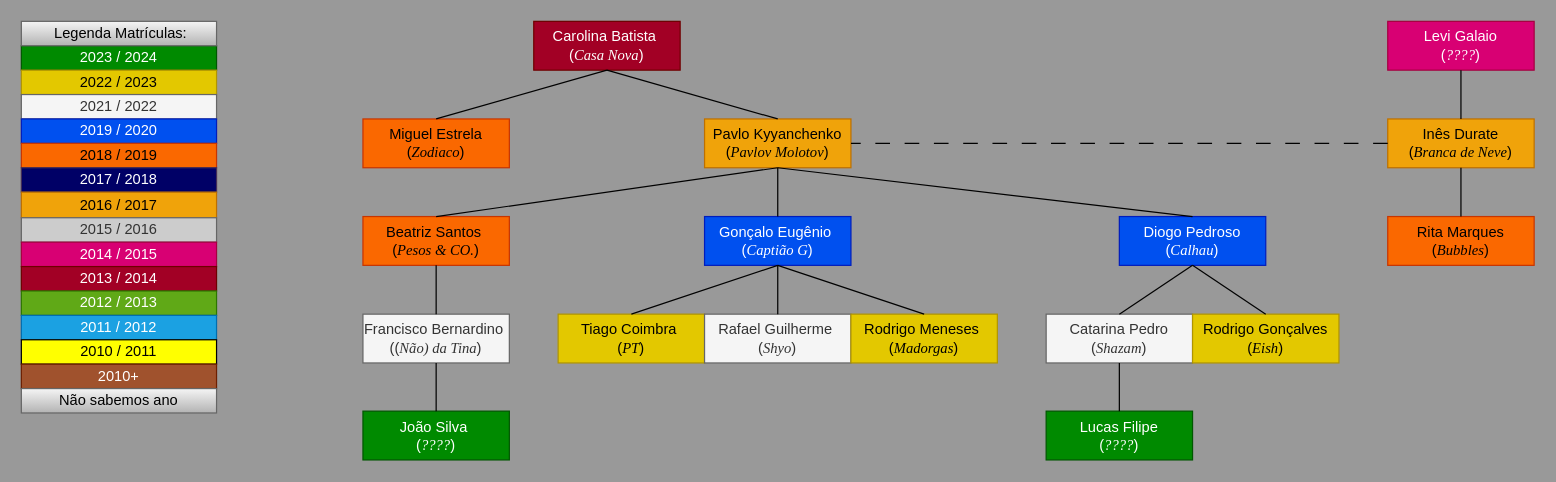
pdmtmr/PDMTMRTESTLOCATION-AKA-ARBUSTO keeps this draw.io diagram as Draw.io/Familia_da_Carolina_Batista.drawio. Above is the earlier version. Source tidied: cells renumbered, new cells numbered last; positions are measured from the earlier drawing's top-left corner, leaving out a move shared by most shapes. Both pictures are drawn from the tidied source at 122%, with x=0, y=0 at pixel (21, 21).
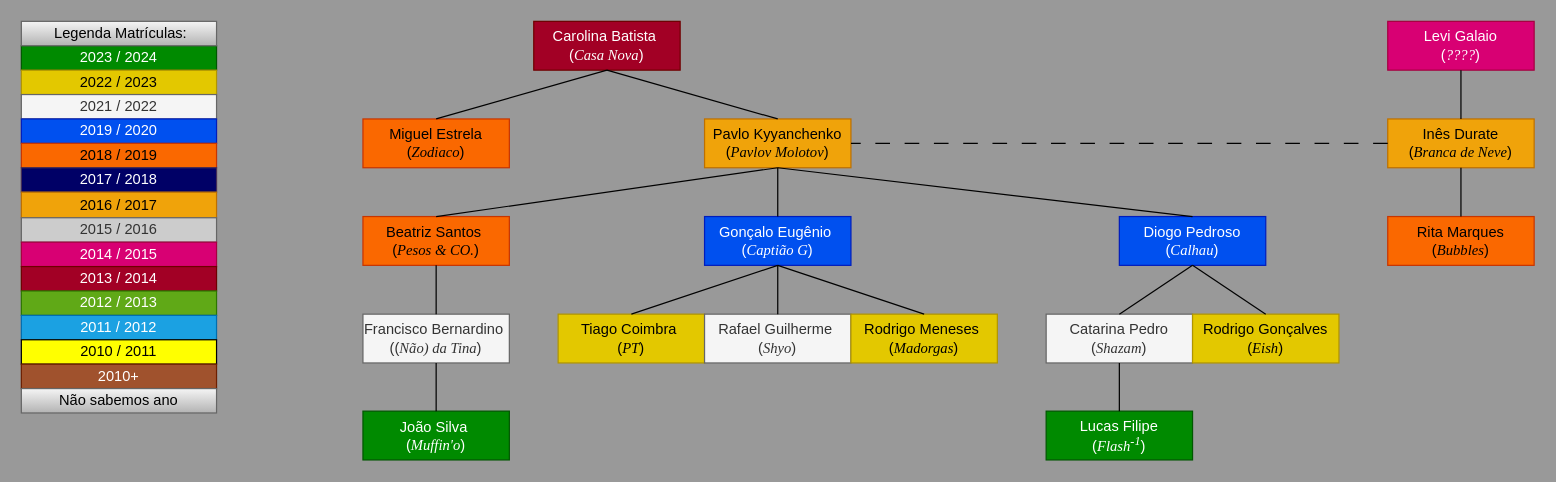
The same diagram, later.

What changed in the source:
```diff
@@
-    <mxCell id="38" value="&lt;div&gt;João Silva&amp;nbsp;&lt;/div&gt;&lt;div&gt;(&lt;font face=&quot;Times New Roman&quot;&gt;&lt;i&gt;????&lt;/i&gt;&lt;/font&gt;)&lt;/div&gt;" style="rounded=0;whiteSpace=wrap;html=1;fillColor=#008a00;fontColor=#ffffff;strokeColor=#005700;" parent="1" vertex="1">
+    <mxCell id="38" value="&lt;div&gt;João Silva&amp;nbsp;&lt;/div&gt;&lt;div&gt;(&lt;font face=&quot;Times New Roman&quot;&gt;&lt;i&gt;Muffin'o&lt;/i&gt;&lt;/font&gt;)&lt;/div&gt;" style="rounded=0;whiteSpace=wrap;html=1;fillColor=#008a00;fontColor=#ffffff;strokeColor=#005700;" parent="1" vertex="1">
       <mxGeometry x="280" y="319.5" width="120" height="40" as="geometry" />
     </mxCell>
@@
-    <mxCell id="49" value="&lt;div&gt;&lt;span style=&quot;background-color: initial;&quot;&gt;Lucas Filipe&lt;/span&gt;&lt;/div&gt;&lt;div&gt;&lt;span style=&quot;background-color: initial;&quot;&gt;(&lt;font face=&quot;Times New Roman&quot;&gt;&lt;i&gt;????&lt;/i&gt;&lt;/font&gt;&lt;/span&gt;&lt;span style=&quot;background-color: initial;&quot;&gt;)&lt;/span&gt;&lt;/div&gt;" style="rounded=0;whiteSpace=wrap;html=1;fillColor=#008a00;fontColor=#ffffff;strokeColor=#005700;" parent="1" vertex="1">
+    <mxCell id="49" value="&lt;div&gt;&lt;span style=&quot;background-color: initial;&quot;&gt;Lucas Filipe&lt;/span&gt;&lt;/div&gt;&lt;div&gt;&lt;span style=&quot;background-color: initial;&quot;&gt;(&lt;font face=&quot;Times New Roman&quot;&gt;&lt;i&gt;Flash&lt;sup&gt;-1&lt;/sup&gt;&lt;/i&gt;&lt;/font&gt;&lt;/span&gt;&lt;span style=&quot;background-color: initial;&quot;&gt;)&lt;/span&gt;&lt;/div&gt;" style="rounded=0;whiteSpace=wrap;html=1;fillColor=#008a00;fontColor=#ffffff;strokeColor=#005700;" parent="1" vertex="1">
       <mxGeometry x="840" y="319.5" width="120" height="40" as="geometry" />
     </mxCell>
```
